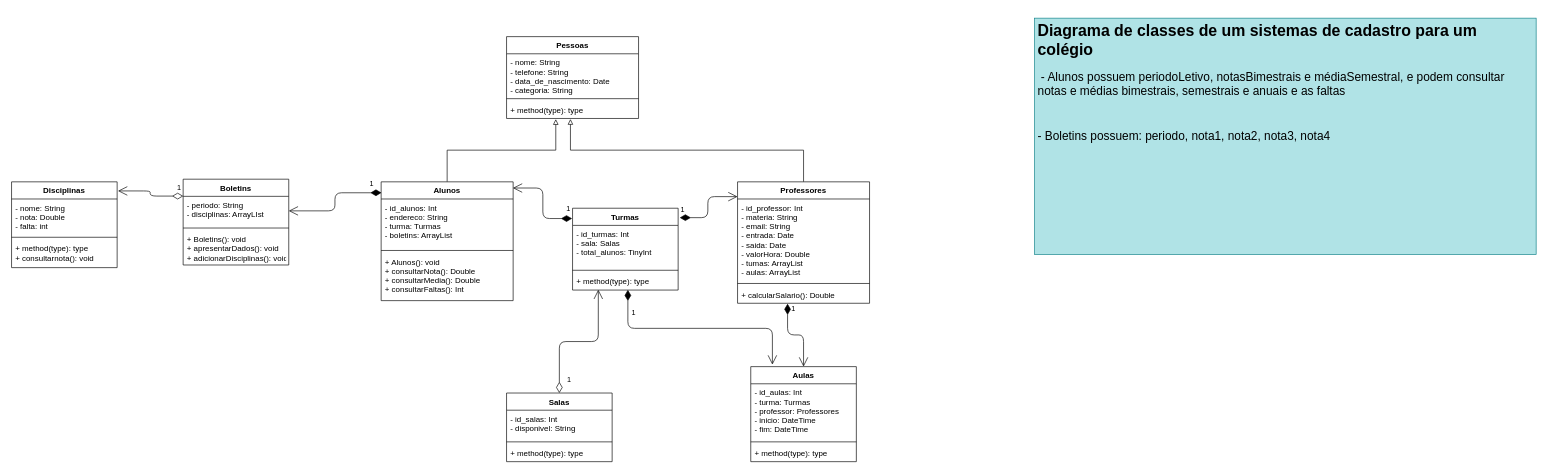
Above: diagrama_classes.drawio in moreirafelipe/dh-poo-checkpoint1 (draw.io), before the change. Source tidied: cells renumbered, new cells numbered last; positions are measured from the earlier drawing's top-left corner, leaving out a move shared by most shapes. Both pictures are drawn from the tidied source at 66%, with x=0, y=0 at pixel (11, 18).
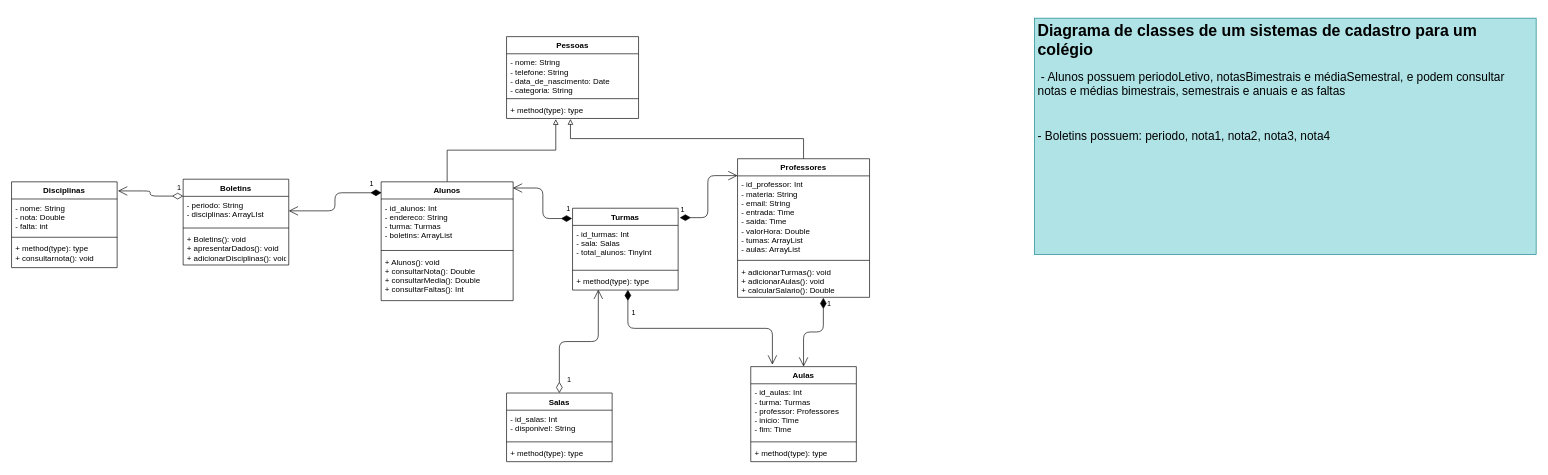
The same diagram, later.

Unchanged cells that the change refers to:
```xml
<mxCell id="10" value="Aulas" style="swimlane;fontStyle=1;align=center;verticalAlign=top;horizontal=1;startSize=26;" parent="1" vertex="1">
  <mxGeometry x="1120" y="528" width="160" height="144" as="geometry" />
</mxCell>
```

What changed in the source:
```diff
@@
-    <mxCell id="11" value="- id_aulas: Int&#10;- turma: Turmas&#10;- professor: Professores&#10;- inicio: DateTime&#10;- fim: DateTime&#10;" style="text;strokeColor=none;fillColor=none;align=left;verticalAlign=top;spacingLeft=4;spacingRight=4;overflow=hidden;" parent="10" vertex="1">
+    <mxCell id="11" value="- id_aulas: Int&#10;- turma: Turmas&#10;- professor: Professores&#10;- inicio: Time&#10;- fim: Time&#10;" style="text;strokeColor=none;fillColor=none;align=left;verticalAlign=top;spacingLeft=4;spacingRight=4;overflow=hidden;" parent="10" vertex="1">
       <mxGeometry y="26" width="160" height="84" as="geometry" />
     </mxCell>
@@
     <mxCell id="15" value="Professores" style="swimlane;fontStyle=1;align=center;verticalAlign=top;horizontal=1;startSize=26;" parent="1" vertex="1">
-      <mxGeometry x="1100" y="248" width="200" height="184" as="geometry" />
+      <mxGeometry x="1100" y="213" width="200" height="210" as="geometry" />
     </mxCell>
-    <mxCell id="16" value="- id_professor: Int&#10;- materia: String&#10;- email: String&#10;- entrada: Date&#10;- saida: Date&#10;- valorHora: Double&#10;- tumas: ArrayList&#10;- aulas: ArrayList" style="text;strokeColor=none;fillColor=none;align=left;verticalAlign=top;spacingLeft=4;spacingRight=4;overflow=hidden;" parent="15" vertex="1">
+    <mxCell id="16" value="- id_professor: Int&#10;- materia: String&#10;- email: String&#10;- entrada: Time&#10;- saida: Time&#10;- valorHora: Double&#10;- tumas: ArrayList&#10;- aulas: ArrayList" style="text;strokeColor=none;fillColor=none;align=left;verticalAlign=top;spacingLeft=4;spacingRight=4;overflow=hidden;" parent="15" vertex="1">
       <mxGeometry y="26" width="200" height="124" as="geometry" />
     </mxCell>
@@
-    <mxCell id="18" value="+ calcularSalario(): Double" style="text;strokeColor=none;fillColor=none;align=left;verticalAlign=top;spacingLeft=4;spacingRight=4;overflow=hidden;points=[[0,0.5],[1,0.5]];portConstraint=eastwest;" parent="15" vertex="1">
-      <mxGeometry y="158" width="200" height="26" as="geometry" />
+    <mxCell id="18" value="+ adicionarTurmas(): void&#10;+ adicionarAulas(): void&#10;+ calcularSalario(): Double" style="text;strokeColor=none;fillColor=none;align=left;verticalAlign=top;spacingLeft=4;spacingRight=4;overflow=hidden;points=[[0,0.5],[1,0.5]];portConstraint=eastwest;" parent="15" vertex="1">
+      <mxGeometry y="158" width="200" height="52" as="geometry" />
     </mxCell>
@@
-    <mxCell id="37" value="1" style="endArrow=open;html=1;endSize=12;startArrow=diamondThin;startSize=14;startFill=1;edgeStyle=orthogonalEdgeStyle;align=left;verticalAlign=bottom;exitX=0.379;exitY=1.026;exitDx=0;exitDy=0;exitPerimeter=0;entryX=0.5;entryY=0;entryDx=0;entryDy=0;" parent="1" edge="1" source="18" target="10">
+    <mxCell id="37" value="1" style="endArrow=open;html=1;endSize=12;startArrow=diamondThin;startSize=14;startFill=1;edgeStyle=orthogonalEdgeStyle;align=left;verticalAlign=bottom;exitX=0.65;exitY=1.014;exitDx=0;exitDy=0;exitPerimeter=0;entryX=0.5;entryY=0;entryDx=0;entryDy=0;" parent="1" edge="1" source="18" target="10">
       <mxGeometry x="-0.74" y="4" relative="1" as="geometry" />
     </mxCell>
```
